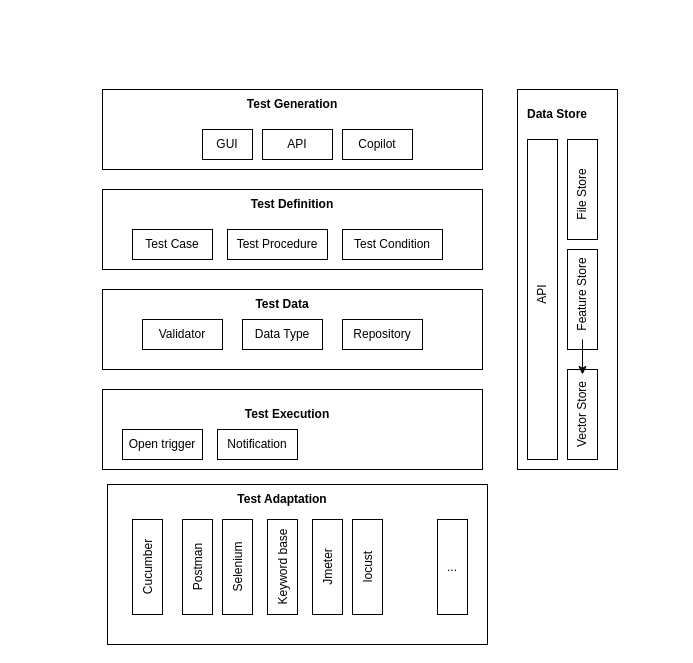
This is Untitled Diagram.drawio from maxlinux/lab, a draw.io file, before an edit. Source tidied: cells renumbered, new cells numbered last; positions are measured from the earlier drawing's top-left corner, leaving out a move shared by most shapes. Both pictures are drawn from the tidied source at 100%, with x=0, y=0 at pixel (102, 89).
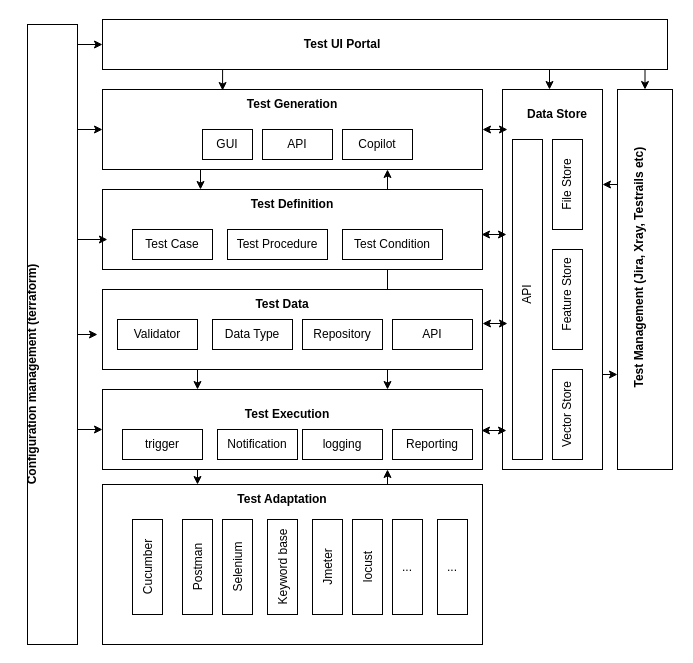
The same page after the edit.

Unchanged cells that the change refers to:
```xml
<mxCell id="2" style="rounded=0;whiteSpace=wrap;html=1;" parent="1" vertex="1">
  <mxGeometry width="380" height="80" as="geometry" />
</mxCell>
<mxCell id="7" style="rounded=0;whiteSpace=wrap;html=1;" parent="1" vertex="1">
  <mxGeometry y="100" width="380" height="80" as="geometry" />
</mxCell>
<mxCell id="13" style="rounded=0;whiteSpace=wrap;html=1;" parent="1" vertex="1">
  <mxGeometry y="200" width="380" height="80" as="geometry" />
</mxCell>
<mxCell id="18" style="rounded=0;whiteSpace=wrap;html=1;" parent="1" vertex="1">
  <mxGeometry y="300" width="380" height="80" as="geometry" />
</mxCell>
```

The edit, as a diff of the source:
```diff
@@
+    <mxCell id="47" style="edgeStyle=orthogonalEdgeStyle;rounded=0;orthogonalLoop=1;jettySize=auto;html=1;exitX=0.5;exitY=1;exitDx=0;exitDy=0;" parent="1" edge="1">
+      <mxGeometry relative="1" as="geometry">
+        <mxPoint x="98" y="80" as="sourcePoint" />
+        <mxPoint x="98" y="100" as="targetPoint" />
+      </mxGeometry>
+    </mxCell>
@@
+    <mxCell id="48" style="edgeStyle=orthogonalEdgeStyle;rounded=0;jettySize=auto;html=1;exitX=0.75;exitY=0;exitDx=0;exitDy=0;entryX=0.75;entryY=1;entryDx=0;entryDy=0;" parent="1" edge="1" source="7" target="2">
+      <mxGeometry relative="1" as="geometry" />
+    </mxCell>
+    <mxCell id="49" style="edgeStyle=orthogonalEdgeStyle;rounded=0;jettySize=auto;html=1;exitX=0.75;exitY=1;exitDx=0;exitDy=0;entryX=0.75;entryY=0;entryDx=0;entryDy=0;" parent="1" edge="1" source="7" target="18">
+      <mxGeometry relative="1" as="geometry" />
+    </mxCell>
@@
+    <mxCell id="50" style="edgeStyle=orthogonalEdgeStyle;rounded=0;jettySize=auto;html=1;exitX=1;exitY=0.75;exitDx=0;exitDy=0;entryX=0;entryY=0.75;entryDx=0;entryDy=0;" parent="1" edge="1" source="9" target="75">
+      <mxGeometry relative="1" as="geometry" />
+    </mxCell>
     <mxCell id="9" style="rounded=0;whiteSpace=wrap;html=1;" parent="1" vertex="1">
-      <mxGeometry x="415" width="100" height="380" as="geometry" />
+      <mxGeometry x="400" width="100" height="380" as="geometry" />
     </mxCell>
@@
+    <mxCell id="51" style="edgeStyle=orthogonalEdgeStyle;rounded=0;jettySize=auto;html=1;exitX=0.25;exitY=1;exitDx=0;exitDy=0;entryX=0.25;entryY=0;entryDx=0;entryDy=0;" parent="1" edge="1" source="13" target="18">
+      <mxGeometry relative="1" as="geometry" />
+    </mxCell>
@@
     <mxCell id="15" value="Validator" style="rounded=0;whiteSpace=wrap;html=1;" parent="1" vertex="1">
-      <mxGeometry x="40" y="230" width="80" height="30" as="geometry" />
+      <mxGeometry x="15" y="230" width="80" height="30" as="geometry" />
     </mxCell>
     <mxCell id="16" value="Data Type" style="rounded=0;whiteSpace=wrap;html=1;" parent="1" vertex="1">
-      <mxGeometry x="140" y="230" width="80" height="30" as="geometry" />
+      <mxGeometry x="110" y="230" width="80" height="30" as="geometry" />
     </mxCell>
     <mxCell id="17" value="Repository" style="rounded=0;whiteSpace=wrap;html=1;" parent="1" vertex="1">
-      <mxGeometry x="240" y="230" width="80" height="30" as="geometry" />
+      <mxGeometry x="200" y="230" width="80" height="30" as="geometry" />
     </mxCell>
+    <mxCell id="52" style="edgeStyle=orthogonalEdgeStyle;rounded=0;jettySize=auto;html=1;exitX=0.25;exitY=1;exitDx=0;exitDy=0;entryX=0.25;entryY=0;entryDx=0;entryDy=0;" parent="1" edge="1" source="18" target="30">
+      <mxGeometry relative="1" as="geometry" />
+    </mxCell>
@@
     <mxCell id="21" style="rounded=0;whiteSpace=wrap;html=1;" parent="1" vertex="1">
-      <mxGeometry x="425" y="50" width="30" height="320" as="geometry" />
+      <mxGeometry x="410" y="50" width="30" height="320" as="geometry" />
     </mxCell>
     <mxCell id="22" value="&lt;div&gt;API&lt;/div&gt;" style="text;html=1;strokeColor=none;fillColor=none;align=center;verticalAlign=middle;whiteSpace=wrap;rounded=0;rotation=270;" parent="1" vertex="1">
-      <mxGeometry x="410" y="190" width="60" height="30" as="geometry" />
+      <mxGeometry x="395" y="190" width="60" height="30" as="geometry" />
     </mxCell>
     <mxCell id="23" style="rounded=0;whiteSpace=wrap;html=1;" parent="1" vertex="1">
-      <mxGeometry x="465" y="280" width="30" height="90" as="geometry" />
+      <mxGeometry x="450" y="280" width="30" height="90" as="geometry" />
     </mxCell>
     <mxCell id="24" value="&lt;div&gt;Vector Store&lt;/div&gt;" style="text;html=1;strokeColor=none;fillColor=none;align=center;verticalAlign=middle;whiteSpace=wrap;rounded=0;rotation=270;" parent="1" vertex="1">
-      <mxGeometry x="440" y="310" width="80" height="30" as="geometry" />
+      <mxGeometry x="425" y="310" width="80" height="30" as="geometry" />
     </mxCell>
     <mxCell id="25" style="rounded=0;whiteSpace=wrap;html=1;" parent="1" vertex="1">
-      <mxGeometry x="465" y="160" width="30" height="100" as="geometry" />
+      <mxGeometry x="450" y="160" width="30" height="100" as="geometry" />
     </mxCell>
-    <mxCell id="26" style="edgeStyle=orthogonalEdgeStyle;rounded=0;jettySize=auto;html=1;" parent="1" edge="1" source="27" target="24">
-      <mxGeometry relative="1" as="geometry" />
-    </mxCell>
     <mxCell id="27" value="Feature Store" style="text;html=1;strokeColor=none;fillColor=none;align=center;verticalAlign=middle;whiteSpace=wrap;rounded=0;rotation=270;" parent="1" vertex="1">
-      <mxGeometry x="435" y="190" width="90" height="30" as="geometry" />
+      <mxGeometry x="420" y="190" width="90" height="30" as="geometry" />
     </mxCell>
     <mxCell id="28" style="rounded=0;whiteSpace=wrap;html=1;" parent="1" vertex="1">
-      <mxGeometry x="465" y="50" width="30" height="100" as="geometry" />
+      <mxGeometry x="450" y="50" width="30" height="90" as="geometry" />
     </mxCell>
     <mxCell id="29" value="&lt;div&gt;File Store&lt;/div&gt;" style="text;html=1;strokeColor=none;fillColor=none;align=center;verticalAlign=middle;whiteSpace=wrap;rounded=0;rotation=270;" parent="1" vertex="1">
-      <mxGeometry x="450" y="90" width="60" height="30" as="geometry" />
+      <mxGeometry x="435" y="80" width="60" height="30" as="geometry" />
     </mxCell>
+    <mxCell id="53" style="edgeStyle=orthogonalEdgeStyle;rounded=0;jettySize=auto;html=1;exitX=0.75;exitY=0;exitDx=0;exitDy=0;entryX=0.75;entryY=1;entryDx=0;entryDy=0;" parent="1" edge="1" source="30" target="18">
+      <mxGeometry relative="1" as="geometry" />
+    </mxCell>
     <mxCell id="30" style="rounded=0;whiteSpace=wrap;html=1;" parent="1" vertex="1">
-      <mxGeometry x="5" y="395" width="380" height="160" as="geometry" />
+      <mxGeometry y="395" width="380" height="160" as="geometry" />
     </mxCell>
@@
-    <mxCell id="45" value="Open trigger" style="rounded=0;whiteSpace=wrap;html=1;" parent="1" vertex="1">
+    <mxCell id="45" value="trigger" style="rounded=0;whiteSpace=wrap;html=1;" parent="1" vertex="1">
       <mxGeometry x="20" y="340" width="80" height="30" as="geometry" />
     </mxCell>
@@
+    <mxCell id="54" value="logging" style="rounded=0;whiteSpace=wrap;html=1;" parent="1" vertex="1">
+      <mxGeometry x="200" y="340" width="80" height="30" as="geometry" />
+    </mxCell>
+    <mxCell id="55" value="..." style="rounded=0;whiteSpace=wrap;html=1;" parent="1" vertex="1">
+      <mxGeometry x="290" y="430" width="30" height="95" as="geometry" />
+    </mxCell>
+    <mxCell id="56" value="Reporting" style="rounded=0;whiteSpace=wrap;html=1;" parent="1" vertex="1">
+      <mxGeometry x="290" y="340" width="80" height="30" as="geometry" />
+    </mxCell>
+    <mxCell id="57" value="API" style="rounded=0;whiteSpace=wrap;html=1;" parent="1" vertex="1">
+      <mxGeometry x="290" y="230" width="80" height="30" as="geometry" />
+    </mxCell>
+    <mxCell id="58" style="endArrow=classic;startArrow=classic;html=1;rounded=0;exitX=1;exitY=0.5;exitDx=0;exitDy=0;" parent="1" edge="1" source="2">
+      <mxGeometry relative="1" as="geometry">
+        <mxPoint x="405" y="40" as="targetPoint" />
+      </mxGeometry>
+    </mxCell>
+    <mxCell id="59" style="endArrow=classic;startArrow=classic;html=1;rounded=0;exitX=1;exitY=0.5;exitDx=0;exitDy=0;" parent="1" edge="1">
+      <mxGeometry relative="1" as="geometry">
+        <mxPoint x="379" y="145" as="sourcePoint" />
+        <mxPoint x="404" y="145" as="targetPoint" />
+      </mxGeometry>
+    </mxCell>
+    <mxCell id="60" style="endArrow=classic;startArrow=classic;html=1;rounded=0;exitX=1;exitY=0.5;exitDx=0;exitDy=0;" parent="1" edge="1">
+      <mxGeometry relative="1" as="geometry">
+        <mxPoint x="380" y="234" as="sourcePoint" />
+        <mxPoint x="405" y="234" as="targetPoint" />
+      </mxGeometry>
+    </mxCell>
+    <mxCell id="61" style="endArrow=classic;startArrow=classic;html=1;rounded=0;exitX=1;exitY=0.5;exitDx=0;exitDy=0;" parent="1" edge="1">
+      <mxGeometry relative="1" as="geometry">
+        <mxPoint x="379" y="341" as="sourcePoint" />
+        <mxPoint x="404" y="341" as="targetPoint" />
+      </mxGeometry>
+    </mxCell>
+    <mxCell id="62" style="edgeStyle=orthogonalEdgeStyle;rounded=0;jettySize=auto;html=1;exitX=0.25;exitY=1;exitDx=0;exitDy=0;entryX=0.316;entryY=0.013;entryDx=0;entryDy=0;entryPerimeter=0;" parent="1" edge="1" source="65" target="2">
+      <mxGeometry relative="1" as="geometry" />
+    </mxCell>
+    <mxCell id="63" style="edgeStyle=orthogonalEdgeStyle;rounded=0;orthogonalLoop=1;jettySize=auto;html=1;exitX=0.75;exitY=1;exitDx=0;exitDy=0;entryX=0;entryY=0;entryDx=0;entryDy=0;" parent="1" edge="1">
+      <mxGeometry relative="1" as="geometry">
+        <mxPoint x="425.8" y="-20" as="sourcePoint" />
+        <mxPoint x="447" as="targetPoint" />
+      </mxGeometry>
+    </mxCell>
+    <mxCell id="64" style="edgeStyle=orthogonalEdgeStyle;rounded=0;jettySize=auto;html=1;exitX=1;exitY=1;exitDx=0;exitDy=0;entryX=0.5;entryY=0;entryDx=0;entryDy=0;" parent="1" edge="1" source="65" target="75">
+      <mxGeometry relative="1" as="geometry" />
+    </mxCell>
+    <mxCell id="65" style="rounded=0;whiteSpace=wrap;html=1;" parent="1" vertex="1">
+      <mxGeometry y="-70" width="565" height="50" as="geometry" />
+    </mxCell>
+    <mxCell id="66" value="&lt;b&gt;Test UI Portal&lt;/b&gt;" style="text;html=1;strokeColor=none;fillColor=none;align=center;verticalAlign=middle;whiteSpace=wrap;rounded=0;" parent="1" vertex="1">
+      <mxGeometry x="195" y="-60" width="90" height="30" as="geometry" />
+    </mxCell>
+    <mxCell id="67" style="edgeStyle=orthogonalEdgeStyle;rounded=0;jettySize=auto;html=1;exitX=1;exitY=0;exitDx=0;exitDy=0;entryX=0;entryY=0.5;entryDx=0;entryDy=0;" parent="1" edge="1" source="72" target="65">
+      <mxGeometry relative="1" as="geometry">
+        <Array as="points">
+          <mxPoint x="-75" y="-45" />
+        </Array>
+      </mxGeometry>
+    </mxCell>
+    <mxCell id="68" style="edgeStyle=orthogonalEdgeStyle;rounded=0;jettySize=auto;html=1;exitX=1;exitY=0.5;exitDx=0;exitDy=0;entryX=0;entryY=0.5;entryDx=0;entryDy=0;" parent="1" edge="1" source="72" target="2">
+      <mxGeometry relative="1" as="geometry">
+        <Array as="points">
+          <mxPoint x="-75" y="40" />
+        </Array>
+      </mxGeometry>
+    </mxCell>
+    <mxCell id="69" style="edgeStyle=orthogonalEdgeStyle;rounded=0;jettySize=auto;html=1;entryX=0.013;entryY=0.625;entryDx=0;entryDy=0;entryPerimeter=0;" parent="1" edge="1" source="72" target="7">
+      <mxGeometry relative="1" as="geometry">
+        <Array as="points">
+          <mxPoint x="-35" y="150" />
+          <mxPoint x="-35" y="150" />
+        </Array>
+      </mxGeometry>
+    </mxCell>
+    <mxCell id="70" style="edgeStyle=orthogonalEdgeStyle;rounded=0;jettySize=auto;html=1;exitX=1;exitY=0.5;exitDx=0;exitDy=0;" parent="1" edge="1" source="72">
+      <mxGeometry relative="1" as="geometry">
+        <mxPoint x="-5" y="245" as="targetPoint" />
+      </mxGeometry>
+    </mxCell>
+    <mxCell id="71" style="edgeStyle=orthogonalEdgeStyle;rounded=0;jettySize=auto;html=1;exitX=1;exitY=0.75;exitDx=0;exitDy=0;" parent="1" edge="1" source="72" target="18">
+      <mxGeometry relative="1" as="geometry">
+        <Array as="points">
+          <mxPoint x="-25" y="340" />
+        </Array>
+      </mxGeometry>
+    </mxCell>
+    <mxCell id="72" style="rounded=0;whiteSpace=wrap;html=1;" parent="1" vertex="1">
+      <mxGeometry x="-75" y="-65" width="50" height="620" as="geometry" />
+    </mxCell>
+    <mxCell id="73" value="&lt;b&gt;Configuration management (terraform)&lt;/b&gt;" style="text;html=1;strokeColor=none;fillColor=none;align=center;verticalAlign=middle;whiteSpace=wrap;rounded=0;rotation=270;" parent="1" vertex="1">
+      <mxGeometry x="-190" y="270" width="240" height="30" as="geometry" />
+    </mxCell>
+    <mxCell id="74" style="edgeStyle=orthogonalEdgeStyle;rounded=0;jettySize=auto;html=1;exitX=0;exitY=0.25;exitDx=0;exitDy=0;entryX=1;entryY=0.25;entryDx=0;entryDy=0;" parent="1" edge="1" source="75" target="9">
+      <mxGeometry relative="1" as="geometry" />
+    </mxCell>
+    <mxCell id="75" style="rounded=0;whiteSpace=wrap;html=1;" parent="1" vertex="1">
+      <mxGeometry x="515" width="55" height="380" as="geometry" />
+    </mxCell>
+    <mxCell id="76" value="&lt;b&gt;Test Management (Jira, Xray, Testrails etc)&lt;/b&gt;" style="text;html=1;strokeColor=none;fillColor=none;align=center;verticalAlign=middle;whiteSpace=wrap;rounded=0;rotation=270;" parent="1" vertex="1">
+      <mxGeometry x="386.9" y="163.1" width="301.2" height="30" as="geometry" />
+    </mxCell>
```
